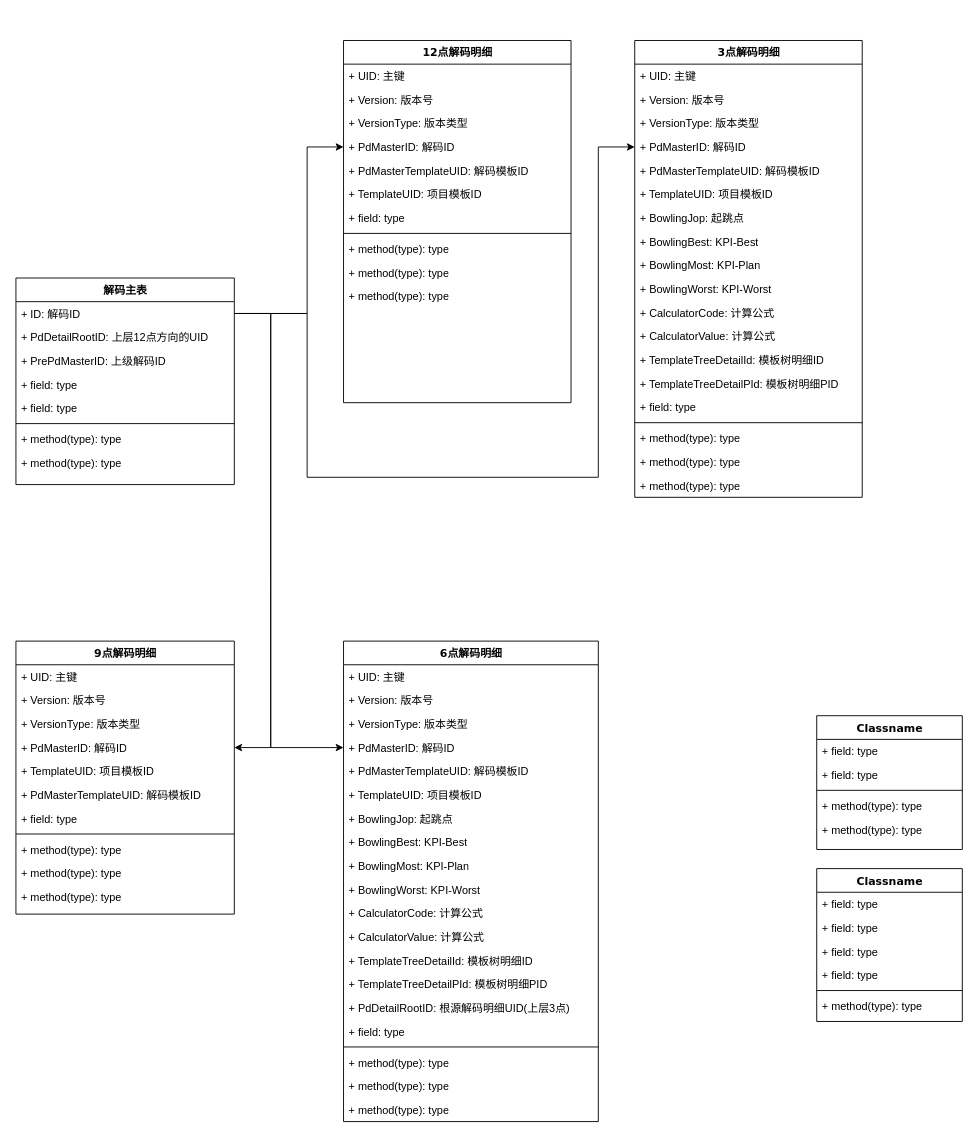
The draw.io diagram 未命名绘图.drawio in yunhaicaomei/drawio, before the edit. Source tidied: cells renumbered, new cells numbered last; positions are measured from the earlier drawing's top-left corner, leaving out a move shared by most shapes. Both pictures are drawn from the tidied source at 91%, with x=0, y=0 at pixel (15, 40).
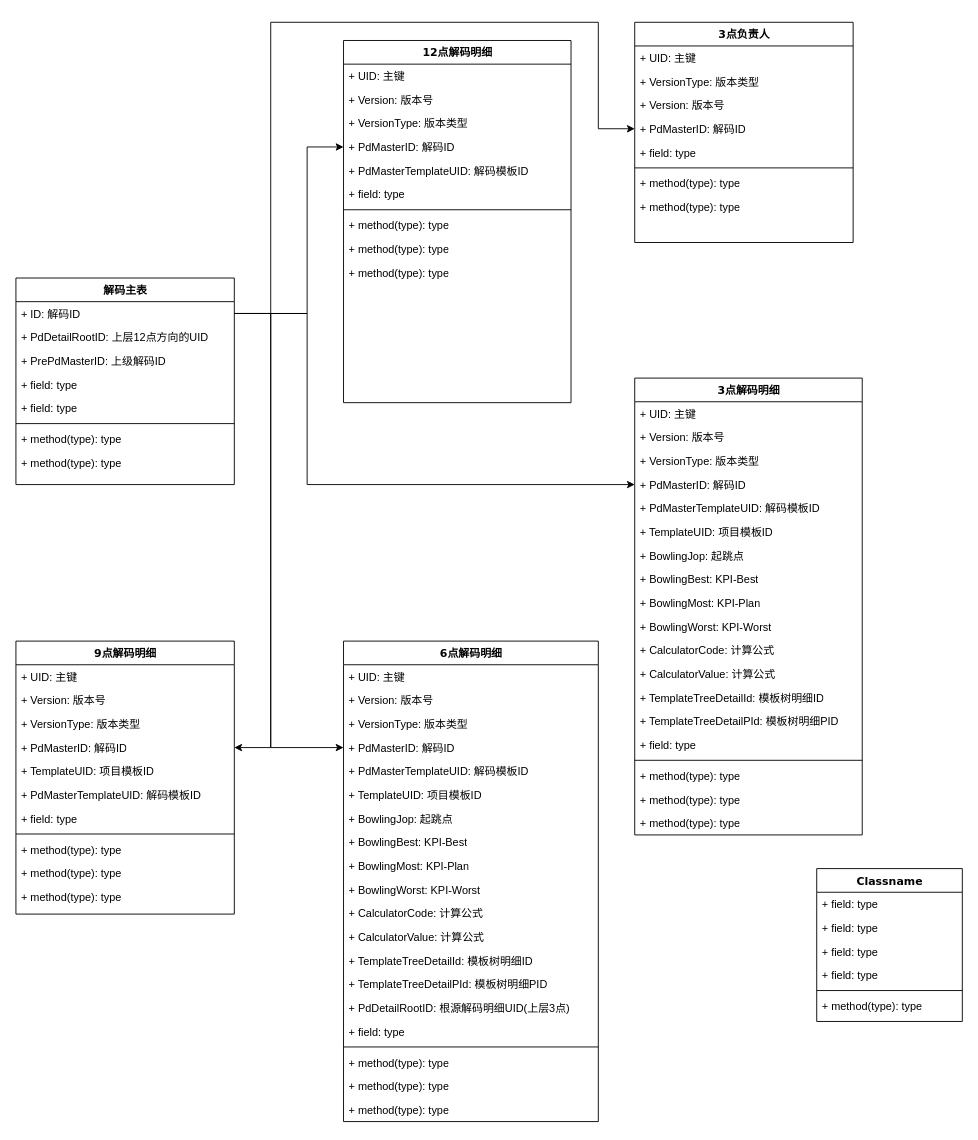
After the change.

The change refers to these unchanged cells:
```xml
<mxCell id="3" value="+ ID: 解码ID" style="text;html=1;strokeColor=none;fillColor=none;align=left;verticalAlign=top;spacingLeft=4;spacingRight=4;whiteSpace=wrap;overflow=hidden;points=[[0,0.5],[1,0.5]];portConstraint=eastwest;" parent="2" vertex="1">
  <mxGeometry y="26" width="240" height="26" as="geometry" />
</mxCell>
<mxCell id="11" value="12点解码明细" style="swimlane;html=1;fontStyle=1;align=center;verticalAlign=top;horizontal=1;startSize=26;swimlaneFillColor=#ffffff;rounded=0;shadow=0;comic=0;labelBackgroundColor=none;strokeWidth=1;fillColor=none;fontFamily=Verdana;fontSize=12;" parent="1" vertex="1">
  <mxGeometry x="360" width="250" height="398" as="geometry" />
</mxCell>
<mxCell id="53" value="+ PdMasterID: 解码ID" style="text;html=1;strokeColor=none;fillColor=none;align=left;verticalAlign=top;spacingLeft=4;spacingRight=4;whiteSpace=wrap;overflow=hidden;points=[[0,0.5],[1,0.5]];portConstraint=eastwest;" parent="49" vertex="1">
  <mxGeometry y="104" width="250" height="26" as="geometry" />
</mxCell>
```

The edit, as a diff of the source:
```diff
@@
-    <mxCell id="17" value="+ TemplateUID: 项目模板ID" style="text;html=1;strokeColor=none;fillColor=none;align=left;verticalAlign=top;spacingLeft=4;spacingRight=4;whiteSpace=wrap;overflow=hidden;" parent="11" vertex="1">
-      <mxGeometry y="156" width="250" height="26" as="geometry" />
-    </mxCell>
     <mxCell id="18" value="+ field: type" style="text;html=1;strokeColor=none;fillColor=none;align=left;verticalAlign=top;spacingLeft=4;spacingRight=4;whiteSpace=wrap;overflow=hidden;" parent="11" vertex="1">
-      <mxGeometry y="182" width="250" height="26" as="geometry" />
+      <mxGeometry y="156" width="250" height="26" as="geometry" />
     </mxCell>
     <mxCell id="19" style="line;html=1;strokeWidth=1;fillColor=none;align=left;verticalAlign=middle;spacingTop=-1;spacingLeft=3;spacingRight=3;labelPosition=right;" parent="11" vertex="1">
-      <mxGeometry y="208" width="250" height="8" as="geometry" />
+      <mxGeometry y="182" width="250" height="8" as="geometry" />
     </mxCell>
     <mxCell id="20" value="+ method(type): type" style="text;html=1;strokeColor=none;fillColor=none;align=left;verticalAlign=top;spacingLeft=4;spacingRight=4;whiteSpace=wrap;overflow=hidden;" parent="11" vertex="1">
-      <mxGeometry y="216" width="250" height="26" as="geometry" />
+      <mxGeometry y="190" width="250" height="26" as="geometry" />
     </mxCell>
     <mxCell id="21" value="+ method(type): type" style="text;html=1;strokeColor=none;fillColor=none;align=left;verticalAlign=top;spacingLeft=4;spacingRight=4;whiteSpace=wrap;overflow=hidden;" parent="11" vertex="1">
-      <mxGeometry y="242" width="250" height="26" as="geometry" />
+      <mxGeometry y="216" width="250" height="26" as="geometry" />
     </mxCell>
     <mxCell id="22" value="+ method(type): type" style="text;html=1;strokeColor=none;fillColor=none;align=left;verticalAlign=top;spacingLeft=4;spacingRight=4;whiteSpace=wrap;overflow=hidden;" parent="11" vertex="1">
-      <mxGeometry y="268" width="250" height="26" as="geometry" />
+      <mxGeometry y="242" width="250" height="26" as="geometry" />
     </mxCell>
@@
-    <mxCell id="43" value="Classname" style="swimlane;html=1;fontStyle=1;align=center;verticalAlign=top;horizontal=1;startSize=26;swimlaneFillColor=#ffffff;rounded=0;shadow=0;comic=0;labelBackgroundColor=none;strokeWidth=1;fillColor=none;fontFamily=Verdana;fontSize=12;" parent="1" vertex="1">
-      <mxGeometry x="880" y="742" width="160" height="147" as="geometry" />
+    <mxCell id="43" value="3点负责人" style="swimlane;html=1;fontStyle=1;align=center;verticalAlign=top;horizontal=1;startSize=26;swimlaneFillColor=#ffffff;rounded=0;shadow=0;comic=0;labelBackgroundColor=none;strokeWidth=1;fillColor=none;fontFamily=Verdana;fontSize=12;" parent="1" vertex="1">
+      <mxGeometry x="680" y="-20" width="240" height="242" as="geometry" />
     </mxCell>
-    <mxCell id="44" value="+ field: type" style="text;html=1;strokeColor=none;fillColor=none;align=left;verticalAlign=top;spacingLeft=4;spacingRight=4;whiteSpace=wrap;overflow=hidden;" parent="43" vertex="1">
-      <mxGeometry y="26" width="160" height="26" as="geometry" />
-    </mxCell>
+    <mxCell id="94" value="+ UID: 主键" style="text;html=1;strokeColor=none;fillColor=none;align=left;verticalAlign=top;spacingLeft=4;spacingRight=4;whiteSpace=wrap;overflow=hidden;" parent="43" vertex="1">
+      <mxGeometry y="26" width="240" height="26" as="geometry" />
+    </mxCell>
+    <mxCell id="95" value="+ VersionType: 版本类型" style="text;html=1;strokeColor=none;fillColor=none;align=left;verticalAlign=top;spacingLeft=4;spacingRight=4;whiteSpace=wrap;overflow=hidden;" parent="43" vertex="1">
+      <mxGeometry y="52" width="240" height="26" as="geometry" />
+    </mxCell>
+    <mxCell id="96" value="+ Version: 版本号" style="text;html=1;strokeColor=none;fillColor=none;align=left;verticalAlign=top;spacingLeft=4;spacingRight=4;whiteSpace=wrap;overflow=hidden;" parent="43" vertex="1">
+      <mxGeometry y="78" width="240" height="26" as="geometry" />
+    </mxCell>
+    <mxCell id="97" value="+ PdMasterID: 解码ID" style="text;html=1;strokeColor=none;fillColor=none;align=left;verticalAlign=top;spacingLeft=4;spacingRight=4;whiteSpace=wrap;overflow=hidden;points=[[0,0.5],[1,0.5]];portConstraint=eastwest;" parent="43" vertex="1">
+      <mxGeometry y="104" width="240" height="26" as="geometry" />
+    </mxCell>
     <mxCell id="45" value="+ field: type" style="text;html=1;strokeColor=none;fillColor=none;align=left;verticalAlign=top;spacingLeft=4;spacingRight=4;whiteSpace=wrap;overflow=hidden;" parent="43" vertex="1">
-      <mxGeometry y="52" width="160" height="26" as="geometry" />
+      <mxGeometry y="130" width="240" height="26" as="geometry" />
     </mxCell>
     <mxCell id="46" style="line;html=1;strokeWidth=1;fillColor=none;align=left;verticalAlign=middle;spacingTop=-1;spacingLeft=3;spacingRight=3;labelPosition=right;" parent="43" vertex="1">
-      <mxGeometry y="78" width="160" height="8" as="geometry" />
+      <mxGeometry y="156" width="240" height="8" as="geometry" />
     </mxCell>
     <mxCell id="47" value="+ method(type): type" style="text;html=1;strokeColor=none;fillColor=none;align=left;verticalAlign=top;spacingLeft=4;spacingRight=4;whiteSpace=wrap;overflow=hidden;" parent="43" vertex="1">
-      <mxGeometry y="86" width="160" height="26" as="geometry" />
+      <mxGeometry y="164" width="240" height="26" as="geometry" />
     </mxCell>
     <mxCell id="48" value="+ method(type): type" style="text;html=1;strokeColor=none;fillColor=none;align=left;verticalAlign=top;spacingLeft=4;spacingRight=4;whiteSpace=wrap;overflow=hidden;" parent="43" vertex="1">
-      <mxGeometry y="112" width="160" height="26" as="geometry" />
+      <mxGeometry y="190" width="240" height="26" as="geometry" />
     </mxCell>
     <mxCell id="49" value="3点解码明细" style="swimlane;html=1;fontStyle=1;align=center;verticalAlign=top;horizontal=1;startSize=26;swimlaneFillColor=#ffffff;rounded=0;shadow=0;comic=0;labelBackgroundColor=none;strokeWidth=1;fillColor=none;fontFamily=Verdana;fontSize=12;" parent="1" vertex="1">
-      <mxGeometry x="680" width="250" height="502" as="geometry" />
+      <mxGeometry x="680" y="371" width="250" height="502" as="geometry" />
     </mxCell>
@@
     <mxCell id="91" style="endArrow=classic;html=1;rounded=0;exitX=1;exitY=0.5;exitDx=0;exitDy=0;entryX=0;entryY=0.5;entryDx=0;entryDy=0;" parent="1" edge="1" source="3" target="53">
       <mxGeometry relative="1" as="geometry">
         <Array as="points">
           <mxPoint x="320" y="300" />
-          <mxPoint x="320" y="480" />
-          <mxPoint x="640" y="480" />
-          <mxPoint x="640" y="117" />
+          <mxPoint x="320" y="488" />
         </Array>
       </mxGeometry>
     </mxCell>
@@
+    <mxCell id="98" style="edgeStyle=orthogonalEdgeStyle;rounded=0;jettySize=auto;html=1;exitX=1;exitY=0.5;exitDx=0;exitDy=0;entryX=0;entryY=0.5;entryDx=0;entryDy=0;" parent="1" edge="1" source="3" target="97">
+      <mxGeometry relative="1" as="geometry">
+        <Array as="points">
+          <mxPoint x="280" y="300" />
+          <mxPoint x="280" y="-20" />
+          <mxPoint x="640" y="-20" />
+          <mxPoint x="640" y="97" />
+        </Array>
+      </mxGeometry>
+    </mxCell>
```
